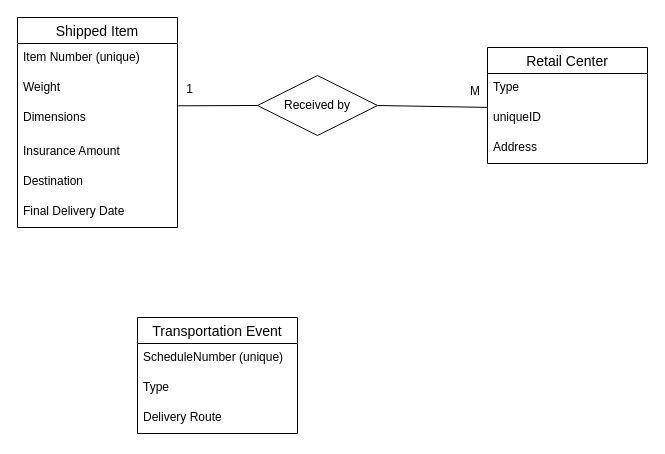
Before: UPS_ermodel.drawio in patrick-doumont/ermodeling, a draw.io diagram. Source tidied: cells renumbered, new cells numbered last; positions are measured from the earlier drawing's top-left corner, leaving out a move shared by most shapes. Both pictures are drawn from the tidied source at 100%, with x=0, y=0 at pixel (17, 17).
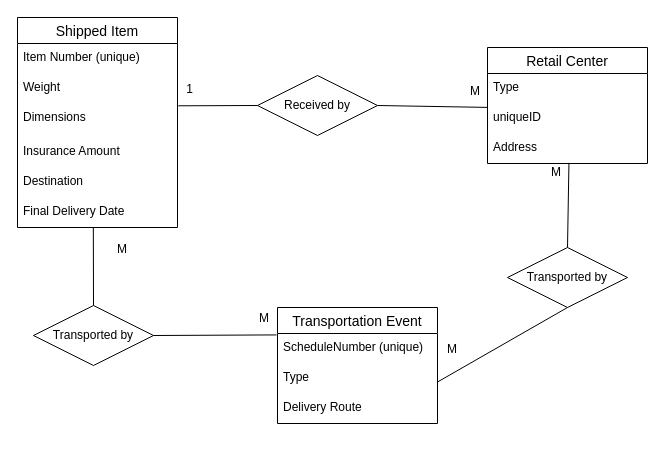
The same diagram, later.

The change refers to these unchanged cells:
```xml
<mxCell id="8" value="Final Delivery Date" style="text;strokeColor=none;fillColor=none;spacingLeft=4;spacingRight=4;overflow=hidden;points=[[0,0.5],[1,0.5]];portConstraint=eastwest;fontSize=12;" parent="2" vertex="1">
  <mxGeometry y="180" width="160" height="30" as="geometry" />
</mxCell>
<mxCell id="16" value="Address" style="text;strokeColor=none;fillColor=none;spacingLeft=4;spacingRight=4;overflow=hidden;points=[[0,0.5],[1,0.5]];portConstraint=eastwest;fontSize=12;" parent="13" vertex="1">
  <mxGeometry y="86" width="160" height="30" as="geometry" />
</mxCell>
```

Diff of the diagram source:
```diff
@@
-    <mxCell id="9" value="Transportation Event" style="swimlane;fontStyle=0;horizontal=1;startSize=26;align=center;fontSize=14;" parent="1" vertex="1">
-      <mxGeometry x="120" y="300" width="160" height="116" as="geometry" />
-    </mxCell>
-    <mxCell id="10" value="ScheduleNumber (unique)" style="text;strokeColor=none;fillColor=none;spacingLeft=4;spacingRight=4;overflow=hidden;points=[[0,0.5],[1,0.5]];portConstraint=eastwest;fontSize=12;" parent="9" vertex="1">
-      <mxGeometry y="26" width="160" height="30" as="geometry" />
-    </mxCell>
-    <mxCell id="11" value="Type" style="text;strokeColor=none;fillColor=none;spacingLeft=4;spacingRight=4;overflow=hidden;fontSize=12;" parent="9" vertex="1">
-      <mxGeometry y="56" width="160" height="30" as="geometry" />
-    </mxCell>
-    <mxCell id="12" value="Delivery Route" style="text;strokeColor=none;fillColor=none;spacingLeft=4;spacingRight=4;overflow=hidden;fontSize=12;" parent="9" vertex="1">
-      <mxGeometry y="86" width="160" height="30" as="geometry" />
-    </mxCell>
@@
+    <mxCell id="9" value="Transportation Event" style="swimlane;fontStyle=0;horizontal=1;startSize=26;align=center;fontSize=14;" parent="1" vertex="1">
+      <mxGeometry x="260" y="290" width="160" height="116" as="geometry" />
+    </mxCell>
+    <mxCell id="10" value="ScheduleNumber (unique)" style="text;strokeColor=none;fillColor=none;spacingLeft=4;spacingRight=4;overflow=hidden;points=[[0,0.5],[1,0.5]];portConstraint=eastwest;fontSize=12;" parent="9" vertex="1">
+      <mxGeometry y="26" width="160" height="30" as="geometry" />
+    </mxCell>
+    <mxCell id="11" value="Type" style="text;strokeColor=none;fillColor=none;spacingLeft=4;spacingRight=4;overflow=hidden;fontSize=12;" parent="9" vertex="1">
+      <mxGeometry y="56" width="160" height="30" as="geometry" />
+    </mxCell>
+    <mxCell id="12" value="Delivery Route" style="text;strokeColor=none;fillColor=none;spacingLeft=4;spacingRight=4;overflow=hidden;fontSize=12;" parent="9" vertex="1">
+      <mxGeometry y="86" width="160" height="30" as="geometry" />
+    </mxCell>
+    <mxCell id="22" value="Transported by" style="shape=rhombus;perimeter=rhombusPerimeter;whiteSpace=wrap;html=1;align=center;" parent="1" vertex="1">
+      <mxGeometry x="16" y="288" width="120" height="60" as="geometry" />
+    </mxCell>
+    <mxCell id="23" style="endArrow=none;html=1;rounded=0;exitX=1;exitY=0.5;exitDx=0;exitDy=0;entryX=-0.006;entryY=0.047;entryDx=0;entryDy=0;entryPerimeter=0;" parent="1" edge="1" source="22" target="10">
+      <mxGeometry relative="1" as="geometry" />
+    </mxCell>
+    <mxCell id="24" value="M" style="html=1;align=right;verticalAlign=bottom;" parent="23" vertex="1">
+      <mxGeometry x="1" relative="1" as="geometry">
+        <mxPoint x="-7" y="-8.2" as="offset" />
+      </mxGeometry>
+    </mxCell>
+    <mxCell id="25" style="endArrow=none;html=1;rounded=0;exitX=0.5;exitY=0;exitDx=0;exitDy=0;entryX=0.474;entryY=0.993;entryDx=0;entryDy=0;entryPerimeter=0;" parent="1" edge="1" source="22" target="8">
+      <mxGeometry relative="1" as="geometry" />
+    </mxCell>
+    <mxCell id="26" value="M" style="html=1;align=right;verticalAlign=bottom;" parent="25" vertex="1">
+      <mxGeometry x="1" relative="1" as="geometry">
+        <mxPoint x="34.1" y="30" as="offset" />
+      </mxGeometry>
+    </mxCell>
+    <mxCell id="27" value="Transported by" style="shape=rhombus;perimeter=rhombusPerimeter;whiteSpace=wrap;html=1;align=center;" parent="1" vertex="1">
+      <mxGeometry x="490" y="230" width="120" height="60" as="geometry" />
+    </mxCell>
+    <mxCell id="28" style="endArrow=none;html=1;rounded=0;exitX=0.5;exitY=0;exitDx=0;exitDy=0;entryX=0.509;entryY=0.98;entryDx=0;entryDy=0;entryPerimeter=0;" parent="1" edge="1" source="27" target="16">
+      <mxGeometry relative="1" as="geometry" />
+    </mxCell>
+    <mxCell id="29" value="M" style="html=1;align=right;verticalAlign=bottom;" parent="28" vertex="1">
+      <mxGeometry x="1" relative="1" as="geometry">
+        <mxPoint x="-7" y="17.9" as="offset" />
+      </mxGeometry>
+    </mxCell>
+    <mxCell id="30" style="endArrow=none;html=1;rounded=0;entryX=1;entryY=0.95;entryDx=0;entryDy=0;entryPerimeter=0;exitX=0.5;exitY=1;exitDx=0;exitDy=0;" parent="1" edge="1" source="27">
+      <mxGeometry relative="1" as="geometry">
+        <mxPoint x="420" y="364.5" as="targetPoint" />
+      </mxGeometry>
+    </mxCell>
+    <mxCell id="31" value="M" style="html=1;align=right;verticalAlign=bottom;" parent="30" vertex="1">
+      <mxGeometry x="1" relative="1" as="geometry">
+        <mxPoint x="19.9" y="-24.4" as="offset" />
+      </mxGeometry>
+    </mxCell>
```
